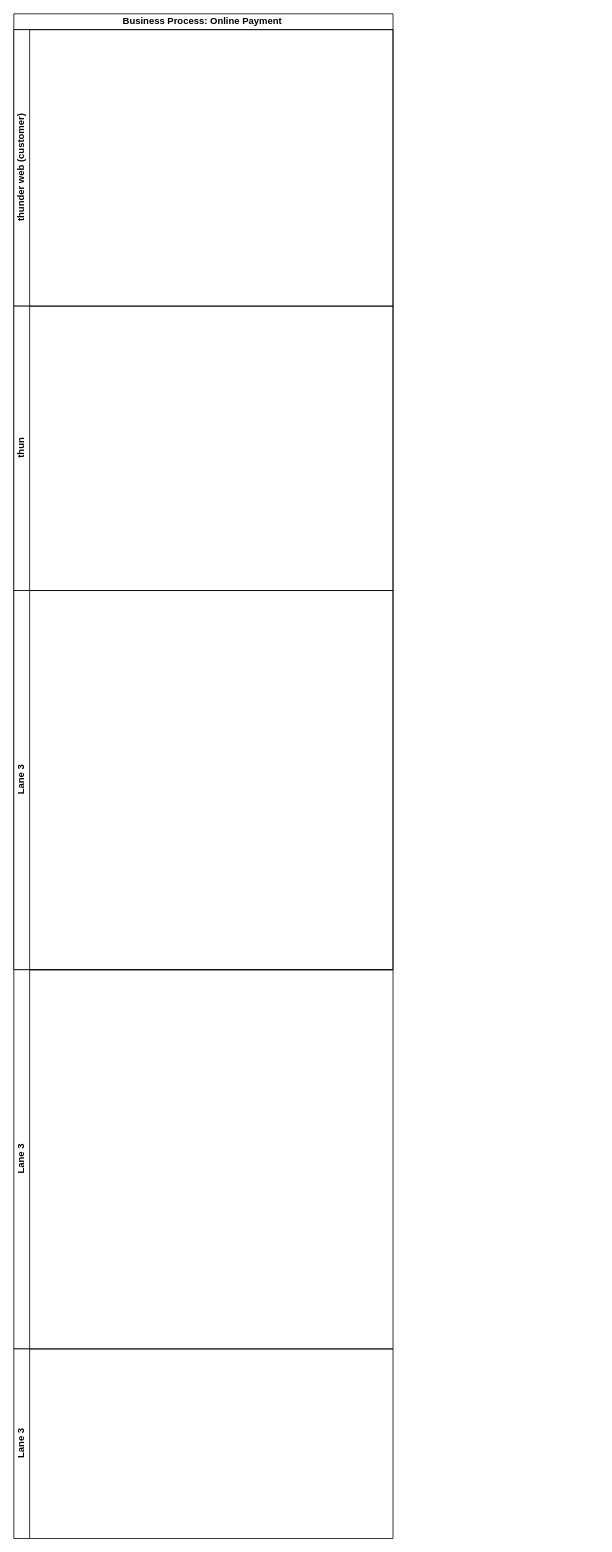
Above: ningbo bank pay.drawio in yi2003/diagram (draw.io), before the change. Source tidied: cells renumbered, new cells numbered last; positions are measured from the earlier drawing's top-left corner, leaving out a move shared by most shapes. Both pictures are drawn from the tidied source at 79%, with x=0, y=0 at pixel (13, 13).
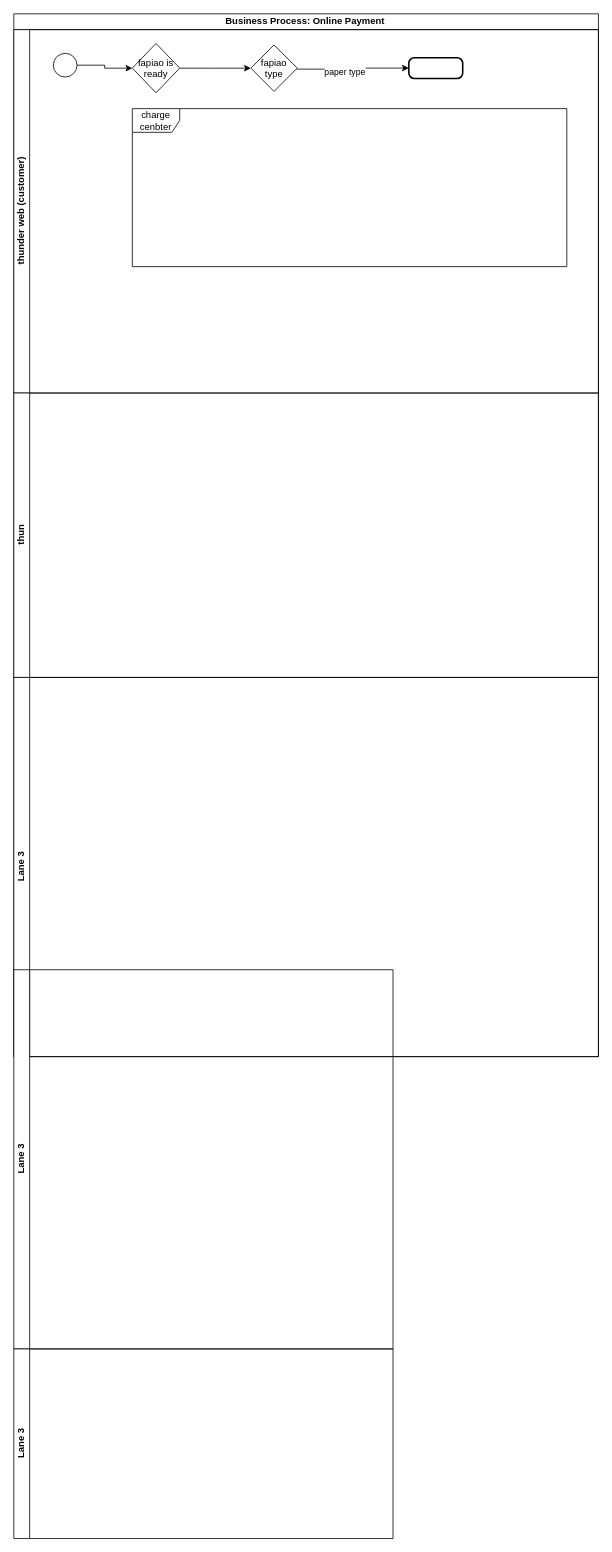
Above is the later version.

Diff of the diagram source:
```diff
@@
 <mxGraphModel>
   <root>
     <mxCell id="0" />
     <mxCell id="1" parent="0" />
     <mxCell id="2" value="Business Process: Online Payment&amp;nbsp;" style="swimlane;horizontal=1;startSize=20;html=1;" parent="1" vertex="1">
-      <mxGeometry width="480" height="1210" as="geometry" />
+      <mxGeometry width="740" height="1320" as="geometry" />
     </mxCell>
     <mxCell id="3" value="thunder web (customer)" style="swimlane;startSize=20;horizontal=0;html=1;" parent="2" vertex="1">
-      <mxGeometry y="20" width="480" height="350" as="geometry" />
+      <mxGeometry y="20" width="740" height="460" as="geometry" />
     </mxCell>
+    <mxCell id="8" style="edgeStyle=orthogonalEdgeStyle;rounded=0;jettySize=auto;html=1;" parent="3" edge="1" source="9" target="11">
+      <mxGeometry relative="1" as="geometry" />
+    </mxCell>
+    <mxCell id="9" style="ellipse;" parent="3" vertex="1">
+      <mxGeometry x="50" y="30" width="30" height="30" as="geometry" />
+    </mxCell>
+    <mxCell id="10" style="edgeStyle=orthogonalEdgeStyle;rounded=0;jettySize=auto;html=1;" parent="3" edge="1" source="11" target="14">
+      <mxGeometry relative="1" as="geometry" />
+    </mxCell>
+    <mxCell id="11" value="fapiao is ready" style="rhombus;whiteSpace=wrap;html=1;" parent="3" vertex="1">
+      <mxGeometry x="150" y="17.5" width="60" height="62.5" as="geometry" />
+    </mxCell>
+    <mxCell id="12" style="edgeStyle=orthogonalEdgeStyle;rounded=0;jettySize=auto;html=1;entryX=0;entryY=0.5;entryDx=0;entryDy=0;" parent="3" edge="1" source="14" target="15">
+      <mxGeometry relative="1" as="geometry">
+        <Array as="points">
+          <mxPoint x="429" y="50" />
+          <mxPoint x="429" y="49" />
+        </Array>
+      </mxGeometry>
+    </mxCell>
+    <mxCell id="13" value="paper type" style="edgeLabel;html=1;align=center;verticalAlign=middle;" parent="12" vertex="1">
+      <mxGeometry x="-0.15" y="-3" relative="1" as="geometry" />
+    </mxCell>
+    <mxCell id="14" value="fapiao type" style="rhombus;whiteSpace=wrap;html=1;" parent="3" vertex="1">
+      <mxGeometry x="300" y="19.4" width="58.8" height="58.8" as="geometry" />
+    </mxCell>
+    <mxCell id="15" style="rounded=1;whiteSpace=wrap;html=1;absoluteArcSize=1;arcSize=14;strokeWidth=2;" parent="3" vertex="1">
+      <mxGeometry x="500" y="35.6" width="68.2" height="26.2" as="geometry" />
+    </mxCell>
+    <mxCell id="16" value="charge cenbter" style="shape=umlFrame;whiteSpace=wrap;html=1;" parent="3" vertex="1">
+      <mxGeometry x="150" y="100" width="550" height="200" as="geometry" />
+    </mxCell>
     <mxCell id="4" value="thun" style="swimlane;startSize=20;horizontal=0;html=1;" parent="2" vertex="1">
-      <mxGeometry y="370" width="480" height="360" as="geometry" />
+      <mxGeometry y="480" width="740" height="360" as="geometry" />
     </mxCell>
     <mxCell id="5" value="Lane 3" style="swimlane;startSize=20;horizontal=0;html=1;" parent="2" vertex="1">
-      <mxGeometry y="730" width="480" height="480" as="geometry" />
+      <mxGeometry y="840" width="740" height="480" as="geometry" />
     </mxCell>
     <mxCell id="6" value="Lane 3" style="swimlane;startSize=20;horizontal=0;html=1;" parent="1" vertex="1">
       <mxGeometry y="1210" width="480" height="480" as="geometry" />
     </mxCell>
     <mxCell id="7" value="Lane 3" style="swimlane;startSize=20;horizontal=0;html=1;" parent="1" vertex="1">
       <mxGeometry y="1690" width="480" height="240" as="geometry" />
     </mxCell>
   </root>
 </mxGraphModel>
```
